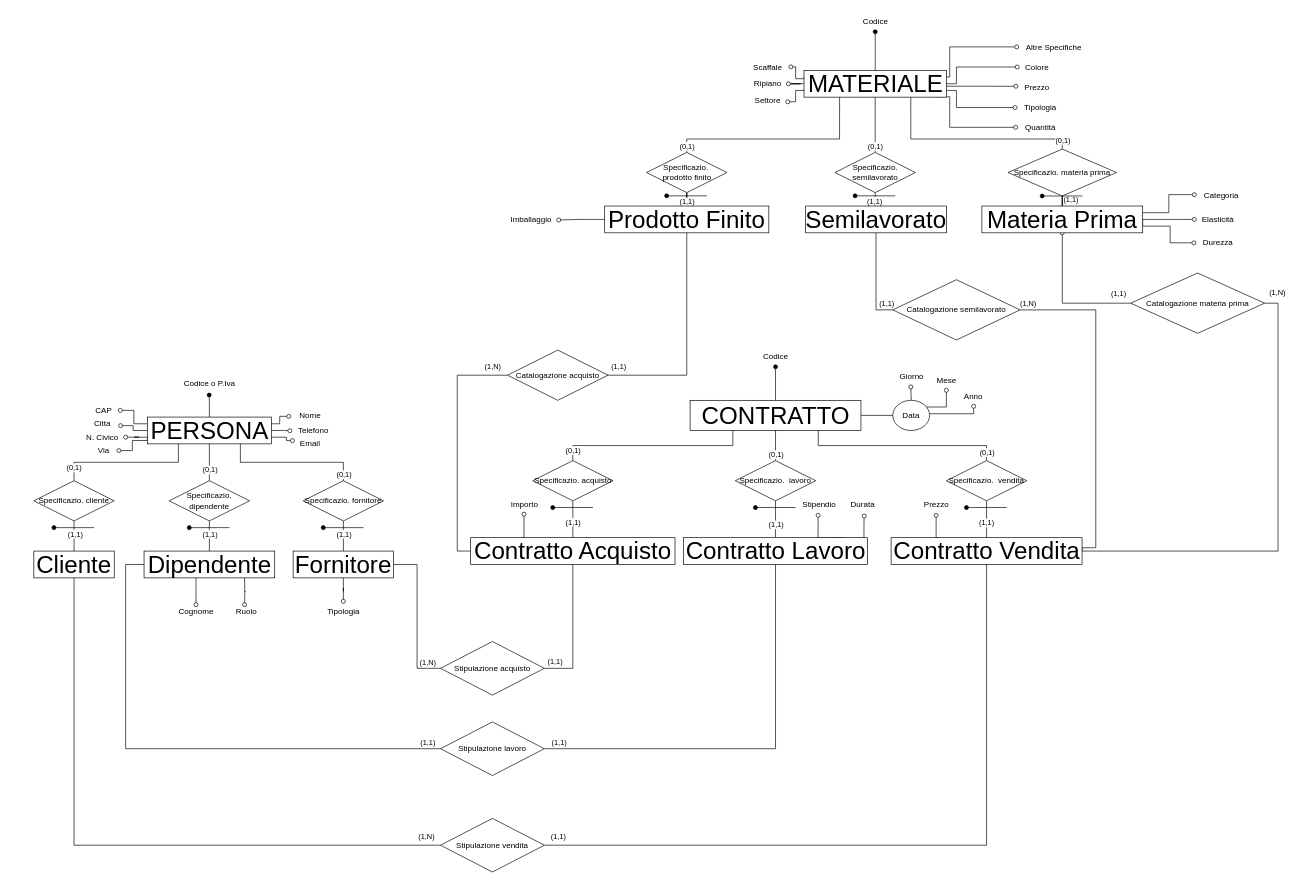
This is 3)Progettazione logica/MODELLO ER con GENERALIZZAZIONE.drawio from mikecostanzi/ProgettoBasiDati, a draw.io file, before an edit. Source tidied: cells renumbered, new cells numbered last; positions are measured from the earlier drawing's top-left corner, leaving out a move shared by most shapes. Both pictures are drawn from the tidied source at 67%, with x=0, y=0 at pixel (34, 11).
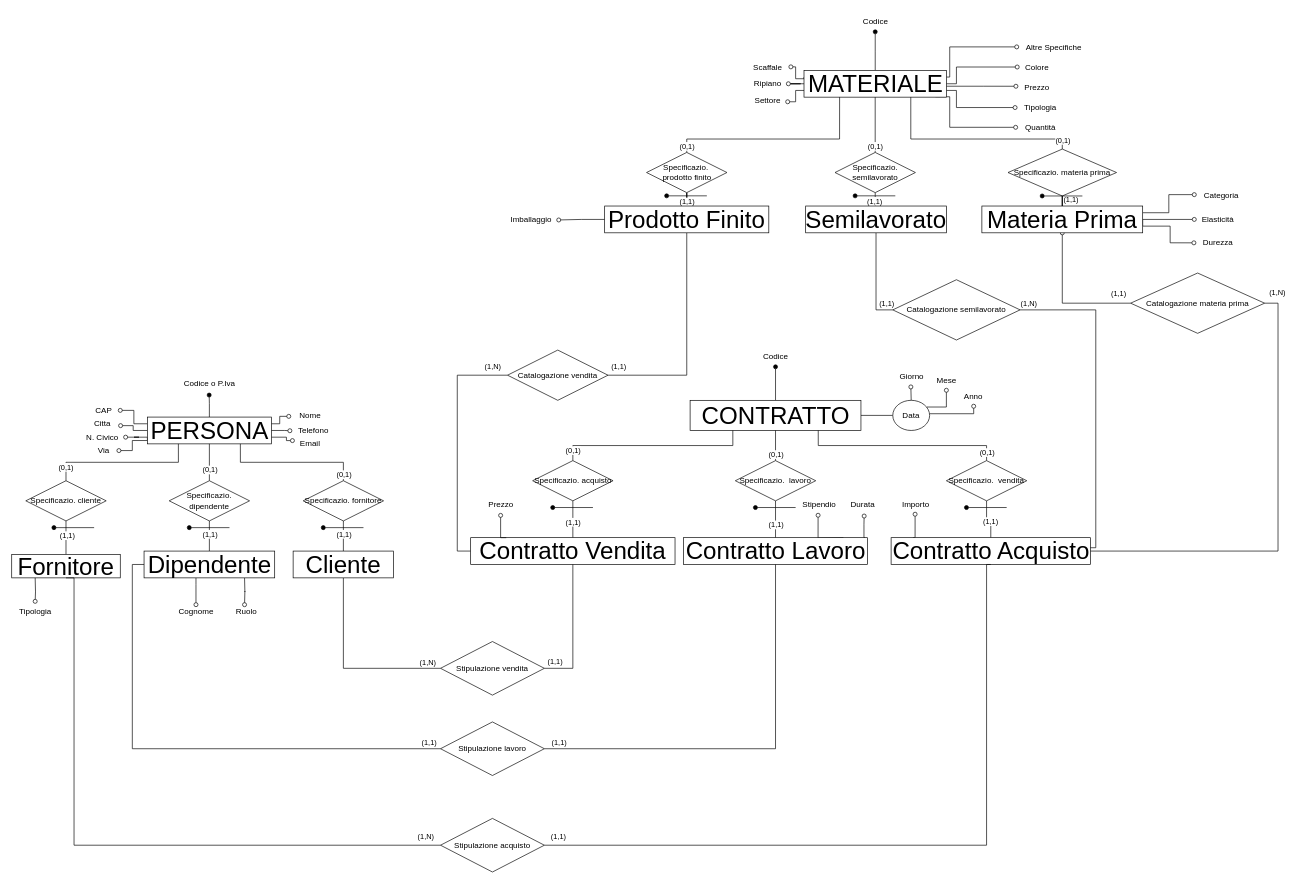
The same page after the edit.

Commit message (it also covers changes not shown here):
Aggiornamenti degli schemi ER

The change refers to these unchanged cells:
```xml
<mxCell id="18" value="Dipendente" style="whiteSpace=wrap;html=1;align=center;fontSize=36;" parent="1" vertex="1">
  <mxGeometry x="164.5" y="805" width="195" height="40" as="geometry" />
</mxCell>
<mxCell id="75" value="Stipulazione lavoro" style="shape=rhombus;perimeter=rhombusPerimeter;whiteSpace=wrap;html=1;align=center;" parent="1" vertex="1">
  <mxGeometry x="607" y="1060" width="155" height="80" as="geometry" />
</mxCell>
```

What changed in the source:
```diff
@@
-    <mxCell id="13" value="Cliente" style="whiteSpace=wrap;html=1;align=center;fontSize=36;" parent="1" vertex="1">
-      <mxGeometry y="805" width="120" height="40" as="geometry" />
+    <mxCell id="13" value="Fornitore" style="whiteSpace=wrap;html=1;align=center;fontSize=36;" parent="1" vertex="1">
+      <mxGeometry x="-33" y="810" width="162" height="35" as="geometry" />
     </mxCell>
@@
-    <mxCell id="19" style="edgeStyle=orthogonalEdgeStyle;rounded=0;jettySize=auto;html=1;endArrow=oval;endFill=0;" parent="1" edge="1" source="24" target="33">
-      <mxGeometry relative="1" as="geometry" />
+    <mxCell id="19" style="edgeStyle=orthogonalEdgeStyle;rounded=0;jettySize=auto;html=1;endArrow=oval;endFill=0;" parent="1" edge="1" target="33">
+      <mxGeometry relative="1" as="geometry">
+        <mxPoint x="2" y="845" as="sourcePoint" />
+      </mxGeometry>
     </mxCell>
-    <mxCell id="20" style="edgeStyle=orthogonalEdgeStyle;rounded=0;jettySize=auto;html=1;exitX=1;exitY=0.5;exitDx=0;exitDy=0;entryX=0;entryY=0.5;entryDx=0;entryDy=0;endArrow=none;endFill=0;" parent="1" edge="1" source="24" target="72">
+    <mxCell id="20" style="edgeStyle=orthogonalEdgeStyle;rounded=0;jettySize=auto;html=1;exitX=0.5;exitY=1;exitDx=0;exitDy=0;entryX=0;entryY=0.5;entryDx=0;entryDy=0;endArrow=none;endFill=0;" parent="1" edge="1" source="24" target="72">
       <mxGeometry relative="1" as="geometry" />
     </mxCell>
     <mxCell id="21" value="(1,N)" style="edgeLabel;html=1;align=center;verticalAlign=middle;" parent="20" vertex="1">
       <mxGeometry x="0.28" y="-1" relative="1" as="geometry">
-        <mxPoint x="16" y="36" as="offset" />
+        <mxPoint x="81" y="-11" as="offset" />
       </mxGeometry>
     </mxCell>
@@
-    <mxCell id="24" value="Fornitore" style="whiteSpace=wrap;html=1;align=center;fontSize=36;" parent="1" vertex="1">
+    <mxCell id="24" value="Cliente" style="whiteSpace=wrap;html=1;align=center;fontSize=36;" parent="1" vertex="1">
       <mxGeometry x="387" y="805" width="150" height="40" as="geometry" />
     </mxCell>
@@
     <mxCell id="33" value="Tipologia" style="text;html=1;align=center;verticalAlign=middle;points=[];strokeColor=none;fillColor=none;" parent="1" vertex="1">
-      <mxGeometry x="427" y="880" width="70" height="30" as="geometry" />
+      <mxGeometry x="-33" y="880" width="70" height="30" as="geometry" />
     </mxCell>
@@
-    <mxCell id="39" style="edgeStyle=orthogonalEdgeStyle;rounded=0;jettySize=auto;html=1;exitX=0.25;exitY=0;exitDx=0;exitDy=0;entryX=0.492;entryY=1;entryDx=0;entryDy=0;entryPerimeter=0;endArrow=oval;endFill=0;" parent="1" edge="1" source="44" target="67">
-      <mxGeometry relative="1" as="geometry" />
+    <mxCell id="39" style="edgeStyle=orthogonalEdgeStyle;rounded=0;jettySize=auto;html=1;exitX=0.25;exitY=0;exitDx=0;exitDy=0;entryX=0.492;entryY=1;entryDx=0;entryDy=0;entryPerimeter=0;endArrow=oval;endFill=0;" parent="1" edge="1" target="67">
+      <mxGeometry relative="1" as="geometry">
+        <mxPoint x="1312" y="785" as="sourcePoint" />
+      </mxGeometry>
     </mxCell>
@@
-    <mxCell id="44" value="Contratto Acquisto" style="whiteSpace=wrap;html=1;align=center;fontSize=36;" parent="1" vertex="1">
+    <mxCell id="44" value="Contratto Vendita" style="whiteSpace=wrap;html=1;align=center;fontSize=36;" parent="1" vertex="1">
       <mxGeometry x="652" y="785" width="305" height="40" as="geometry" />
     </mxCell>
-    <mxCell id="45" style="edgeStyle=orthogonalEdgeStyle;rounded=0;jettySize=auto;html=1;exitX=0.25;exitY=0;exitDx=0;exitDy=0;entryX=0.495;entryY=1.058;entryDx=0;entryDy=0;entryPerimeter=0;endArrow=oval;endFill=0;" parent="1" edge="1" source="52" target="69">
-      <mxGeometry relative="1" as="geometry" />
+    <mxCell id="45" style="edgeStyle=orthogonalEdgeStyle;rounded=0;jettySize=auto;html=1;exitX=0.25;exitY=0;exitDx=0;exitDy=0;entryX=0.495;entryY=1.058;entryDx=0;entryDy=0;entryPerimeter=0;endArrow=oval;endFill=0;" parent="1" edge="1" target="69">
+      <mxGeometry relative="1" as="geometry">
+        <mxPoint x="705.1" y="785" as="sourcePoint" />
+      </mxGeometry>
     </mxCell>
@@
-    <mxCell id="52" value="Contratto Vendita" style="whiteSpace=wrap;html=1;align=center;fontSize=36;" parent="1" vertex="1">
-      <mxGeometry x="1279.5" y="785" width="285" height="40" as="geometry" />
+    <mxCell id="52" value="Contratto Acquisto" style="whiteSpace=wrap;html=1;align=center;fontSize=36;" parent="1" vertex="1">
+      <mxGeometry x="1279.5" y="785" width="297.5" height="40" as="geometry" />
     </mxCell>
@@
     <mxCell id="67" value="Importo" style="text;html=1;align=center;verticalAlign=middle;points=[];strokeColor=none;fillColor=none;" parent="1" vertex="1">
-      <mxGeometry x="702" y="720" width="60" height="30" as="geometry" />
+      <mxGeometry x="1285.8" y="720" width="60" height="30" as="geometry" />
     </mxCell>
@@
     <mxCell id="69" value="Prezzo" style="text;html=1;align=center;verticalAlign=middle;points=[];strokeColor=none;fillColor=none;" parent="1" vertex="1">
-      <mxGeometry x="1317" y="720" width="60" height="30" as="geometry" />
+      <mxGeometry x="667" y="720" width="60" height="30" as="geometry" />
     </mxCell>
@@
-    <mxCell id="72" value="Stipulazione acquisto" style="shape=rhombus;perimeter=rhombusPerimeter;whiteSpace=wrap;html=1;align=center;" parent="1" vertex="1">
+    <mxCell id="72" value="Stipulazione vendita" style="shape=rhombus;perimeter=rhombusPerimeter;whiteSpace=wrap;html=1;align=center;" parent="1" vertex="1">
       <mxGeometry x="607" y="940" width="155" height="80" as="geometry" />
     </mxCell>
@@
     <mxCell id="76" style="edgeStyle=orthogonalEdgeStyle;rounded=0;jettySize=auto;html=1;entryX=0;entryY=0.5;entryDx=0;entryDy=0;endArrow=none;endFill=0;exitX=0;exitY=0.5;exitDx=0;exitDy=0;" parent="1" edge="1" source="18" target="75">
       <mxGeometry relative="1" as="geometry">
         <Array as="points">
-          <mxPoint x="137" y="825" />
-          <mxPoint x="137" y="1100" />
+          <mxPoint x="147" y="825" />
+          <mxPoint x="147" y="1100" />
         </Array>
       </mxGeometry>
     </mxCell>
@@
-    <mxCell id="80" value="Stipulazione vendita" style="shape=rhombus;perimeter=rhombusPerimeter;whiteSpace=wrap;html=1;align=center;" parent="1" vertex="1">
+    <mxCell id="80" value="Stipulazione acquisto" style="shape=rhombus;perimeter=rhombusPerimeter;whiteSpace=wrap;html=1;align=center;" parent="1" vertex="1">
       <mxGeometry x="607" y="1204" width="155" height="80" as="geometry" />
     </mxCell>
@@
-    <mxCell id="85" value="Catalogazione acquisto" style="shape=rhombus;perimeter=rhombusPerimeter;whiteSpace=wrap;html=1;align=center;" parent="1" vertex="1">
+    <mxCell id="85" value="Catalogazione vendita" style="shape=rhombus;perimeter=rhombusPerimeter;whiteSpace=wrap;html=1;align=center;" parent="1" vertex="1">
       <mxGeometry x="707" y="505" width="150" height="75" as="geometry" />
     </mxCell>
@@
     <mxCell id="130" value="Specificazio. cliente" style="shape=rhombus;perimeter=rhombusPerimeter;whiteSpace=wrap;html=1;align=center;" parent="1" vertex="1">
-      <mxGeometry y="700" width="120" height="60" as="geometry" />
+      <mxGeometry x="-12" y="700" width="120" height="60" as="geometry" />
     </mxCell>
```
